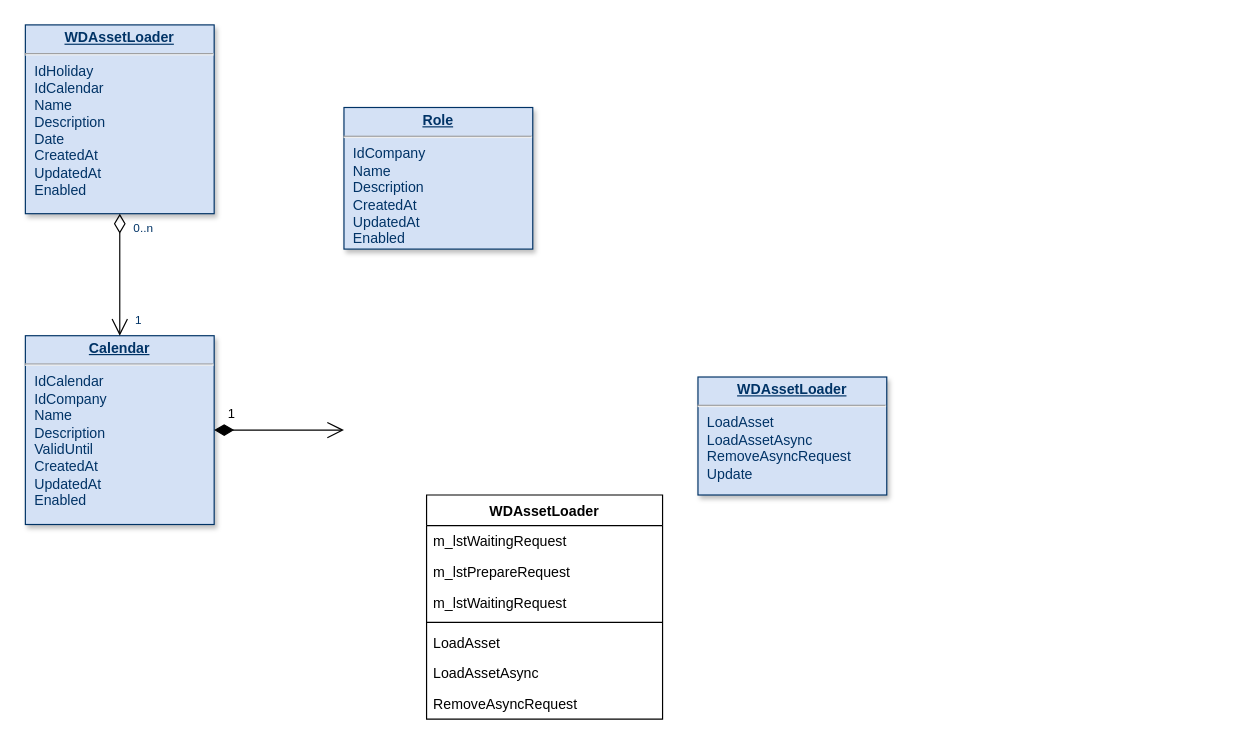
Earlier version of the draw.io diagram Untitled Diagram.drawio (houxuanfelix/MySelfCode). Source tidied: cells renumbered, new cells numbered last; positions are measured from the earlier drawing's top-left corner, leaving out a move shared by most shapes. Both pictures are drawn from the tidied source at 118%, with x=0, y=0 at pixel (25, 25).
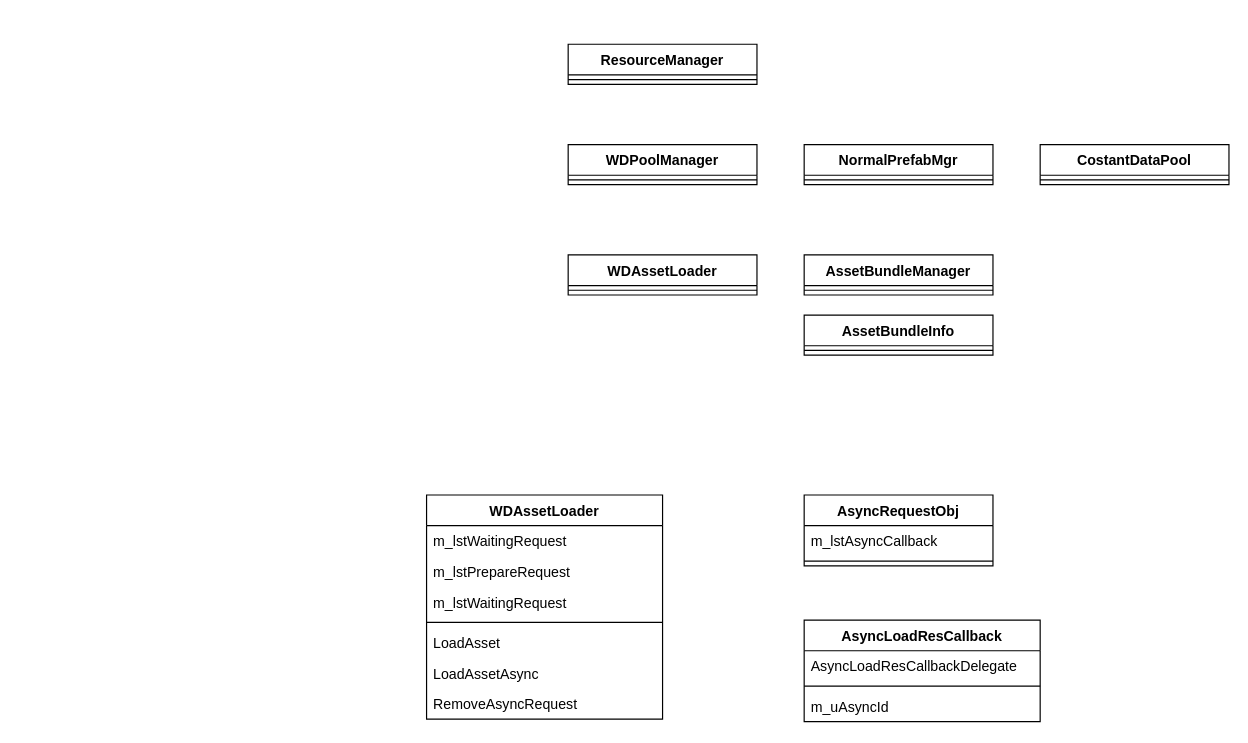
The same page after the edit.

Change to the diagram source:
```diff
@@
-    <mxCell id="2" value="&lt;p style=&quot;margin: 0px; margin-top: 4px; text-align: center; text-decoration: underline;&quot;&gt;&lt;strong&gt;Role&lt;/strong&gt;&lt;/p&gt;&lt;hr /&gt;&lt;p style=&quot;margin: 0px; margin-left: 8px;&quot;&gt;IdCompany&lt;br /&gt;Name&lt;/p&gt;&lt;p style=&quot;margin: 0px; margin-left: 8px;&quot;&gt;Description&lt;/p&gt;&lt;p style=&quot;margin: 0px; margin-left: 8px;&quot;&gt;CreatedAt&lt;/p&gt;&lt;p style=&quot;margin: 0px; margin-left: 8px;&quot;&gt;UpdatedAt&lt;/p&gt;&lt;p style=&quot;margin: 0px; margin-left: 8px;&quot;&gt;Enabled&lt;/p&gt;" style="verticalAlign=top;align=left;overflow=fill;fontSize=12;fontFamily=Helvetica;html=1;strokeColor=#003366;shadow=1;fillColor=#D4E1F5;fontColor=#003366;" parent="1" vertex="1">
-      <mxGeometry x="270" y="69.6" width="160" height="120" as="geometry" />
-    </mxCell>
-    <mxCell id="3" value="&lt;p style=&quot;margin: 0px; margin-top: 4px; text-align: center; text-decoration: underline;&quot;&gt;&lt;strong&gt;Calendar&lt;/strong&gt;&lt;/p&gt;&lt;hr /&gt;&lt;p style=&quot;margin: 0px; margin-left: 8px;&quot;&gt;IdCalendar&lt;/p&gt;&lt;p style=&quot;margin: 0px; margin-left: 8px;&quot;&gt;IdCompany&lt;/p&gt;&lt;p style=&quot;margin: 0px; margin-left: 8px;&quot;&gt;Name&lt;/p&gt;&lt;p style=&quot;margin: 0px; margin-left: 8px;&quot;&gt;Description&lt;/p&gt;&lt;p style=&quot;margin: 0px; margin-left: 8px;&quot;&gt;ValidUntil&lt;/p&gt;&lt;p style=&quot;margin: 0px; margin-left: 8px;&quot;&gt;CreatedAt&lt;/p&gt;&lt;p style=&quot;margin: 0px; margin-left: 8px;&quot;&gt;UpdatedAt&lt;/p&gt;&lt;p style=&quot;margin: 0px; margin-left: 8px;&quot;&gt;Enabled&lt;/p&gt;" style="verticalAlign=top;align=left;overflow=fill;fontSize=12;fontFamily=Helvetica;html=1;strokeColor=#003366;shadow=1;fillColor=#D4E1F5;fontColor=#003366;" parent="1" vertex="1">
-      <mxGeometry y="263" width="160" height="160" as="geometry" />
-    </mxCell>
-    <mxCell id="4" value="&lt;p style=&quot;margin: 0px ; margin-top: 4px ; text-align: center ; text-decoration: underline&quot;&gt;&lt;b&gt;WDAssetLoader&lt;/b&gt;&lt;/p&gt;&lt;hr&gt;&lt;p style=&quot;margin: 0px ; margin-left: 8px&quot;&gt;IdHoliday&lt;/p&gt;&lt;p style=&quot;margin: 0px ; margin-left: 8px&quot;&gt;IdCalendar&lt;/p&gt;&lt;p style=&quot;margin: 0px ; margin-left: 8px&quot;&gt;Name&lt;/p&gt;&lt;p style=&quot;margin: 0px ; margin-left: 8px&quot;&gt;Description&lt;/p&gt;&lt;p style=&quot;margin: 0px ; margin-left: 8px&quot;&gt;Date&lt;/p&gt;&lt;p style=&quot;margin: 0px ; margin-left: 8px&quot;&gt;CreatedAt&lt;/p&gt;&lt;p style=&quot;margin: 0px ; margin-left: 8px&quot;&gt;UpdatedAt&lt;/p&gt;&lt;p style=&quot;margin: 0px ; margin-left: 8px&quot;&gt;Enabled&lt;/p&gt;" style="verticalAlign=top;align=left;overflow=fill;fontSize=12;fontFamily=Helvetica;html=1;strokeColor=#003366;shadow=1;fillColor=#D4E1F5;fontColor=#003366;" parent="1" vertex="1">
-      <mxGeometry y="-0.4" width="160" height="160" as="geometry" />
-    </mxCell>
-    <mxCell id="5" style="endArrow=open;endSize=12;startArrow=diamondThin;startSize=14;startFill=0;edgeStyle=orthogonalEdgeStyle;" parent="1" edge="1" source="4" target="3">
-      <mxGeometry x="620" y="340" as="geometry" />
-    </mxCell>
-    <mxCell id="6" value="0..n" style="align=left;verticalAlign=top;labelBackgroundColor=#ffffff;fontSize=10;strokeColor=#003366;shadow=1;fillColor=#D4E1F5;fontColor=#003366;" parent="5" vertex="1">
-      <mxGeometry x="-1" relative="1" as="geometry">
-        <mxPoint x="10" as="offset" />
-      </mxGeometry>
-    </mxCell>
-    <mxCell id="7" value="1" style="align=right;verticalAlign=top;labelBackgroundColor=#ffffff;fontSize=10;strokeColor=#003366;shadow=1;fillColor=#D4E1F5;fontColor=#003366;" parent="5" vertex="1">
-      <mxGeometry x="1" relative="1" as="geometry">
-        <mxPoint x="20" y="-25" as="offset" />
-      </mxGeometry>
-    </mxCell>
-    <mxCell id="8" value="1" style="endArrow=open;endSize=12;startArrow=diamondThin;startSize=14;startFill=1;edgeStyle=orthogonalEdgeStyle;align=left;verticalAlign=bottom;" parent="1" edge="1" source="3">
-      <mxGeometry x="-0.82" y="5" relative="1" as="geometry">
-        <mxPoint x="270" y="343" as="targetPoint" />
-      </mxGeometry>
-    </mxCell>
-    <mxCell id="9" value="&lt;p style=&quot;margin: 0px ; margin-top: 4px ; text-align: center ; text-decoration: underline&quot;&gt;&lt;b&gt;WDAssetLoader&lt;/b&gt;&lt;/p&gt;&lt;hr&gt;&lt;p style=&quot;margin: 0px ; margin-left: 8px&quot;&gt;LoadAsset&lt;/p&gt;&lt;p style=&quot;margin: 0px ; margin-left: 8px&quot;&gt;LoadAssetAsync&lt;/p&gt;&lt;p style=&quot;margin: 0px ; margin-left: 8px&quot;&gt;RemoveAsyncRequest&lt;/p&gt;&lt;p style=&quot;margin: 0px ; margin-left: 8px&quot;&gt;Update&lt;/p&gt;" style="verticalAlign=top;align=left;overflow=fill;fontSize=12;fontFamily=Helvetica;html=1;strokeColor=#003366;shadow=1;fillColor=#D4E1F5;fontColor=#003366;" parent="1" vertex="1">
-      <mxGeometry x="570" y="298" width="160" height="100" as="geometry" />
-    </mxCell>
@@
+    <mxCell id="18" value="WDAssetLoader" style="swimlane;fontStyle=1;align=center;verticalAlign=top;horizontal=1;startSize=26;" parent="1" vertex="1">
+      <mxGeometry x="460" y="194.5" width="160" height="34" as="geometry" />
+    </mxCell>
+    <mxCell id="19" style="line;strokeWidth=1;fillColor=none;align=left;verticalAlign=middle;spacingTop=-1;spacingLeft=3;spacingRight=3;labelPosition=right;" parent="18" vertex="1">
+      <mxGeometry y="26" width="160" height="8" as="geometry" />
+    </mxCell>
+    <mxCell id="20" value="AssetBundleManager" style="swimlane;fontStyle=1;align=center;verticalAlign=top;horizontal=1;startSize=26;" parent="1" vertex="1">
+      <mxGeometry x="660" y="194.5" width="160" height="34" as="geometry" />
+    </mxCell>
+    <mxCell id="21" style="line;strokeWidth=1;fillColor=none;align=left;verticalAlign=middle;spacingTop=-1;spacingLeft=3;spacingRight=3;labelPosition=right;" parent="20" vertex="1">
+      <mxGeometry y="26" width="160" height="8" as="geometry" />
+    </mxCell>
+    <mxCell id="22" value="AssetBundleInfo" style="swimlane;fontStyle=1;align=center;verticalAlign=top;horizontal=1;startSize=26;" parent="1" vertex="1">
+      <mxGeometry x="660" y="245.5" width="160" height="34" as="geometry" />
+    </mxCell>
+    <mxCell id="23" style="line;strokeWidth=1;fillColor=none;align=left;verticalAlign=middle;spacingTop=-1;spacingLeft=3;spacingRight=3;labelPosition=right;" parent="22" vertex="1">
+      <mxGeometry y="26" width="160" height="8" as="geometry" />
+    </mxCell>
+    <mxCell id="24" value="WDPoolManager" style="swimlane;fontStyle=1;align=center;verticalAlign=top;horizontal=1;startSize=26;" parent="1" vertex="1">
+      <mxGeometry x="460" y="101" width="160" height="34" as="geometry" />
+    </mxCell>
+    <mxCell id="25" style="line;strokeWidth=1;fillColor=none;align=left;verticalAlign=middle;spacingTop=-1;spacingLeft=3;spacingRight=3;labelPosition=right;" parent="24" vertex="1">
+      <mxGeometry y="26" width="160" height="8" as="geometry" />
+    </mxCell>
+    <mxCell id="26" value="NormalPrefabMgr" style="swimlane;fontStyle=1;align=center;verticalAlign=top;horizontal=1;startSize=26;" parent="1" vertex="1">
+      <mxGeometry x="660" y="101" width="160" height="34" as="geometry" />
+    </mxCell>
+    <mxCell id="27" style="line;strokeWidth=1;fillColor=none;align=left;verticalAlign=middle;spacingTop=-1;spacingLeft=3;spacingRight=3;labelPosition=right;" parent="26" vertex="1">
+      <mxGeometry y="26" width="160" height="8" as="geometry" />
+    </mxCell>
+    <mxCell id="28" value="CostantDataPool" style="swimlane;fontStyle=1;align=center;verticalAlign=top;horizontal=1;startSize=26;" parent="1" vertex="1">
+      <mxGeometry x="860" y="101" width="160" height="34" as="geometry" />
+    </mxCell>
+    <mxCell id="29" style="line;strokeWidth=1;fillColor=none;align=left;verticalAlign=middle;spacingTop=-1;spacingLeft=3;spacingRight=3;labelPosition=right;" parent="28" vertex="1">
+      <mxGeometry y="26" width="160" height="8" as="geometry" />
+    </mxCell>
+    <mxCell id="30" value="ResourceManager" style="swimlane;fontStyle=1;align=center;verticalAlign=top;horizontal=1;startSize=26;" parent="1" vertex="1">
+      <mxGeometry x="460" y="16" width="160" height="34" as="geometry" />
+    </mxCell>
+    <mxCell id="31" style="line;strokeWidth=1;fillColor=none;align=left;verticalAlign=middle;spacingTop=-1;spacingLeft=3;spacingRight=3;labelPosition=right;" parent="30" vertex="1">
+      <mxGeometry y="26" width="160" height="8" as="geometry" />
+    </mxCell>
+    <mxCell id="32" value="AsyncRequestObj" style="swimlane;fontStyle=1;align=center;verticalAlign=top;horizontal=1;startSize=26;" parent="1" vertex="1">
+      <mxGeometry x="660" y="398" width="160" height="60" as="geometry" />
+    </mxCell>
+    <mxCell id="33" value="m_lstAsyncCallback" style="text;strokeColor=none;fillColor=none;align=left;verticalAlign=top;spacingLeft=4;spacingRight=4;overflow=hidden;" parent="32" vertex="1">
+      <mxGeometry y="26" width="160" height="26" as="geometry" />
+    </mxCell>
+    <mxCell id="34" style="line;strokeWidth=1;fillColor=none;align=left;verticalAlign=middle;spacingTop=-1;spacingLeft=3;spacingRight=3;labelPosition=right;" parent="32" vertex="1">
+      <mxGeometry y="52" width="160" height="8" as="geometry" />
+    </mxCell>
+    <mxCell id="35" value="AsyncLoadResCallback" style="swimlane;fontStyle=1;align=center;verticalAlign=top;horizontal=1;startSize=26;" parent="1" vertex="1">
+      <mxGeometry x="660" y="504" width="200" height="86" as="geometry" />
+    </mxCell>
+    <mxCell id="36" value="AsyncLoadResCallbackDelegate" style="text;strokeColor=none;fillColor=none;align=left;verticalAlign=top;spacingLeft=4;spacingRight=4;overflow=hidden;" parent="35" vertex="1">
+      <mxGeometry y="26" width="200" height="26" as="geometry" />
+    </mxCell>
+    <mxCell id="37" style="line;strokeWidth=1;fillColor=none;align=left;verticalAlign=middle;spacingTop=-1;spacingLeft=3;spacingRight=3;labelPosition=right;" parent="35" vertex="1">
+      <mxGeometry y="52" width="200" height="8" as="geometry" />
+    </mxCell>
+    <mxCell id="38" value="m_uAsyncId" style="text;strokeColor=none;fillColor=none;align=left;verticalAlign=top;spacingLeft=4;spacingRight=4;overflow=hidden;" parent="35" vertex="1">
+      <mxGeometry y="60" width="200" height="26" as="geometry" />
+    </mxCell>
```
